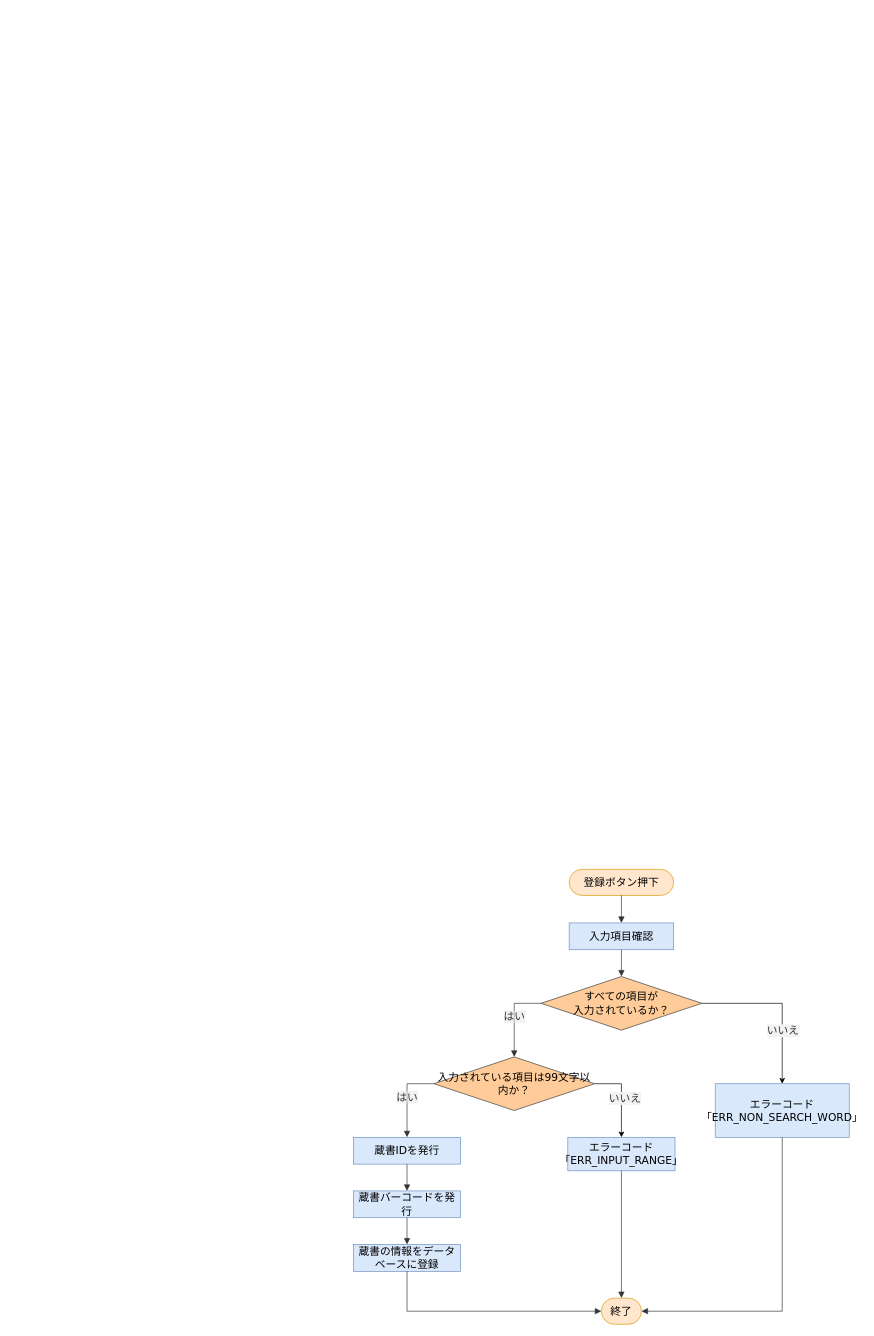
This is 詳細設計書/7班/flowchart/蔵書登録.drawio from rs002421-creator/-, a draw.io file, before an edit. Source tidied: cells renumbered, new cells numbered last; positions are measured from the earlier drawing's top-left corner, leaving out a move shared by most shapes. Both pictures are drawn from the tidied source at 67%, with x=0, y=0 at pixel (353, 869).
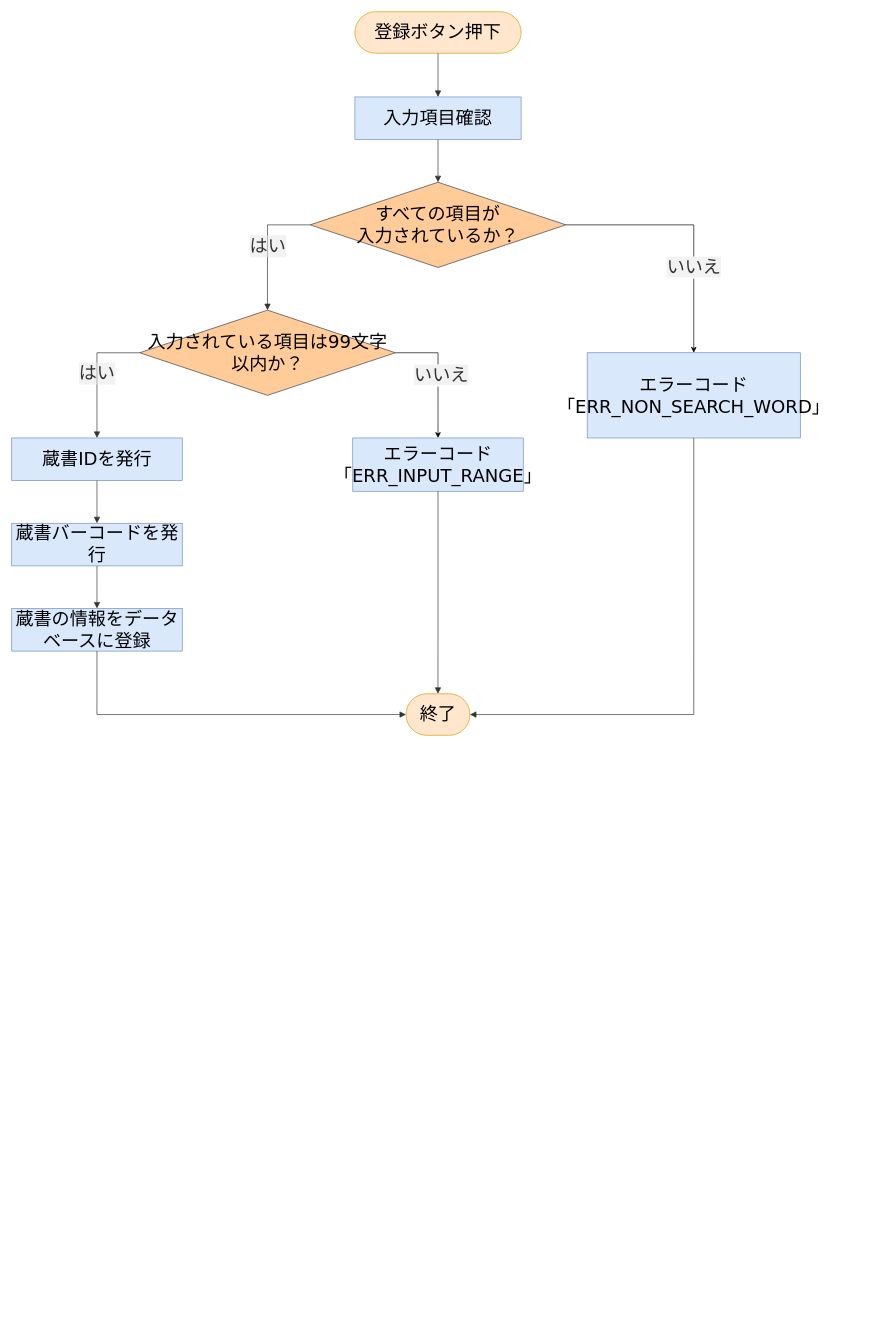
The same diagram, later.

What changed in the source:
```diff
@@
+    <mxCell id="25" style="group;fontSize=27;" parent="1" vertex="1">
+      <mxGeometry x="-510" y="-1280" width="1177" height="1080" as="geometry" />
+    </mxCell>
-    <mxCell id="2" value="登録ボタン押下" style="html=1;rounded=1;whiteSpace=wrap;arcSize=50;strokeWidth=1;fontFamily=Trebuchet MS,Verdana,Arial,sans-serif;fontSize=16;fillColor=#ffe6cc;strokeColor=#d79b00;" parent="1" vertex="1">
-      <mxGeometry x="322" width="156" height="39" as="geometry" />
+    <mxCell id="2" value="登録ボタン押下" style="html=1;rounded=1;whiteSpace=wrap;arcSize=50;strokeWidth=1;fontFamily=Trebuchet MS,Verdana,Arial,sans-serif;fontSize=27;fillColor=#ffe6cc;strokeColor=#d79b00;" parent="25" vertex="1">
+      <mxGeometry x="512.2" width="248.1" height="62" as="geometry" />
     </mxCell>
-    <mxCell id="3" value="入力項目確認" style="html=1;whiteSpace=wrap;strokeWidth=1;fillColor=#dae8fc;strokeColor=#6c8ebf;fontFamily=Trebuchet MS,Verdana,Arial,sans-serif;fontSize=16;" parent="1" vertex="1">
-      <mxGeometry x="322" y="80" width="156" height="40" as="geometry" />
+    <mxCell id="3" value="入力項目確認" style="html=1;whiteSpace=wrap;strokeWidth=1;fillColor=#dae8fc;strokeColor=#6c8ebf;fontFamily=Trebuchet MS,Verdana,Arial,sans-serif;fontSize=27;" parent="25" vertex="1">
+      <mxGeometry x="512.2" y="127.2" width="248.1" height="63.6" as="geometry" />
     </mxCell>
-    <mxCell id="4" style="edgeStyle=orthogonalEdgeStyle;rounded=0;jettySize=auto;html=1;entryX=0.5;entryY=0;entryDx=0;entryDy=0;" parent="1" edge="1" source="6" target="10">
+    <mxCell id="4" style="edgeStyle=orthogonalEdgeStyle;rounded=0;jettySize=auto;html=1;entryX=0.5;entryY=0;entryDx=0;entryDy=0;fontSize=27;" parent="25" edge="1" source="6" target="10">
       <mxGeometry relative="1" as="geometry" />
     </mxCell>
-    <mxCell id="5" value="&lt;font color=&quot;#333333&quot; face=&quot;Trebuchet MS, Verdana, Arial, sans-serif&quot;&gt;&lt;span style=&quot;font-size: 16px; background-color: rgba(232, 232, 232, 0.553);&quot;&gt;いいえ&lt;/span&gt;&lt;/font&gt;" style="edgeLabel;html=1;align=center;verticalAlign=middle;" parent="4" vertex="1">
+    <mxCell id="5" value="&lt;font face=&quot;Trebuchet MS, Verdana, Arial, sans-serif&quot; color=&quot;#333333&quot;&gt;&lt;span style=&quot;background-color: rgba(232, 232, 232, 0.553);&quot;&gt;いいえ&lt;/span&gt;&lt;/font&gt;" style="edgeLabel;html=1;align=center;verticalAlign=middle;fontSize=27;" parent="4" vertex="1">
       <mxGeometry x="0.33" relative="1" as="geometry" />
     </mxCell>
-    <mxCell id="6" value="すべての項目が&lt;br&gt;入力されているか？" style="rhombus;html=1;strokeWidth=1;whiteSpace=wrap;fillColor=#ffcc99;strokeColor=#36393d;fontFamily=Trebuchet MS,Verdana,Arial,sans-serif;fontSize=16;" parent="1" vertex="1">
-      <mxGeometry x="280" y="160" width="240" height="80" as="geometry" />
+    <mxCell id="6" value="すべての項目が&lt;br&gt;入力されているか？" style="rhombus;html=1;strokeWidth=1;whiteSpace=wrap;fillColor=#ffcc99;strokeColor=#36393d;fontFamily=Trebuchet MS,Verdana,Arial,sans-serif;fontSize=27;" parent="25" vertex="1">
+      <mxGeometry x="445.4" y="254.5" width="381.7" height="127.2" as="geometry" />
     </mxCell>
-    <mxCell id="7" style="edgeStyle=orthogonalEdgeStyle;rounded=0;jettySize=auto;html=1;entryX=0.5;entryY=0;entryDx=0;entryDy=0;exitX=1;exitY=0.5;exitDx=0;exitDy=0;" parent="1" edge="1" source="9" target="12">
+    <mxCell id="7" style="edgeStyle=orthogonalEdgeStyle;rounded=0;jettySize=auto;html=1;entryX=0.5;entryY=0;entryDx=0;entryDy=0;exitX=1;exitY=0.5;exitDx=0;exitDy=0;fontSize=27;" parent="25" edge="1" source="9" target="12">
       <mxGeometry relative="1" as="geometry" />
     </mxCell>
-    <mxCell id="8" value="&lt;font color=&quot;#333333&quot; face=&quot;Trebuchet MS, Verdana, Arial, sans-serif&quot;&gt;&lt;span style=&quot;font-size: 16px; background-color: rgba(232, 232, 232, 0.553);&quot;&gt;いいえ&lt;/span&gt;&lt;/font&gt;" style="edgeLabel;html=1;align=center;verticalAlign=middle;" parent="7" vertex="1">
+    <mxCell id="8" value="&lt;font face=&quot;Trebuchet MS, Verdana, Arial, sans-serif&quot; color=&quot;#333333&quot;&gt;&lt;span style=&quot;background-color: rgba(232, 232, 232, 0.553);&quot;&gt;いいえ&lt;/span&gt;&lt;/font&gt;" style="edgeLabel;html=1;align=center;verticalAlign=middle;fontSize=27;" parent="7" vertex="1">
       <mxGeometry x="0.02" y="4" relative="1" as="geometry" />
     </mxCell>
-    <mxCell id="9" value="入力されている項目は99文字以内か？" style="rhombus;html=1;strokeWidth=1;whiteSpace=wrap;fillColor=#ffcc99;strokeColor=#36393d;fontFamily=Trebuchet MS,Verdana,Arial,sans-serif;fontSize=16;" parent="1" vertex="1">
-      <mxGeometry x="120" y="280" width="240" height="80" as="geometry" />
+    <mxCell id="9" value="入力されている項目は99文字以内か？" style="rhombus;html=1;strokeWidth=1;whiteSpace=wrap;fillColor=#ffcc99;strokeColor=#36393d;fontFamily=Trebuchet MS,Verdana,Arial,sans-serif;fontSize=27;" parent="25" vertex="1">
+      <mxGeometry x="190.9" y="445.4" width="381.7" height="127.2" as="geometry" />
     </mxCell>
-    <mxCell id="10" value="エラーコード「ERR_NON_SEARCH_WORD」" style="html=1;whiteSpace=wrap;strokeWidth=1;fillColor=#dae8fc;strokeColor=#6c8ebf;fontFamily=Trebuchet MS,Verdana,Arial,sans-serif;fontSize=16;" parent="1" vertex="1">
-      <mxGeometry x="540" y="320" width="200" height="80" as="geometry" />
+    <mxCell id="10" value="エラーコード「ERR_NON_SEARCH_WORD」" style="html=1;whiteSpace=wrap;strokeWidth=1;fillColor=#dae8fc;strokeColor=#6c8ebf;fontFamily=Trebuchet MS,Verdana,Arial,sans-serif;fontSize=27;" parent="25" vertex="1">
+      <mxGeometry x="858.9" y="509" width="318.1" height="127.2" as="geometry" />
     </mxCell>
-    <mxCell id="11" value="蔵書IDを発行" style="html=1;whiteSpace=wrap;strokeWidth=1;fillColor=#dae8fc;strokeColor=#6c8ebf;fontFamily=Trebuchet MS,Verdana,Arial,sans-serif;fontSize=16;" parent="1" vertex="1">
-      <mxGeometry y="400" width="160" height="40" as="geometry" />
+    <mxCell id="11" value="蔵書IDを発行" style="html=1;whiteSpace=wrap;strokeWidth=1;fillColor=#dae8fc;strokeColor=#6c8ebf;fontFamily=Trebuchet MS,Verdana,Arial,sans-serif;fontSize=27;" parent="25" vertex="1">
+      <mxGeometry y="636.2" width="254.5" height="63.6" as="geometry" />
     </mxCell>
-    <mxCell id="12" value="エラーコード「ERR_INPUT_RANGE」" style="html=1;whiteSpace=wrap;strokeWidth=1;fillColor=#dae8fc;strokeColor=#6c8ebf;fontFamily=Trebuchet MS,Verdana,Arial,sans-serif;fontSize=16;" parent="1" vertex="1">
-      <mxGeometry x="320" y="400" width="160" height="50" as="geometry" />
+    <mxCell id="12" value="エラーコード「ERR_INPUT_RANGE」" style="html=1;whiteSpace=wrap;strokeWidth=1;fillColor=#dae8fc;strokeColor=#6c8ebf;fontFamily=Trebuchet MS,Verdana,Arial,sans-serif;fontSize=27;" parent="25" vertex="1">
+      <mxGeometry x="509" y="636.2" width="254.5" height="79.5" as="geometry" />
     </mxCell>
-    <mxCell id="13" value="蔵書バーコードを発行" style="html=1;whiteSpace=wrap;strokeWidth=1;fillColor=#dae8fc;strokeColor=#6c8ebf;fontFamily=Trebuchet MS,Verdana,Arial,sans-serif;fontSize=16;" parent="1" vertex="1">
-      <mxGeometry y="480" width="160" height="40" as="geometry" />
+    <mxCell id="13" value="蔵書バーコードを発行" style="html=1;whiteSpace=wrap;strokeWidth=1;fillColor=#dae8fc;strokeColor=#6c8ebf;fontFamily=Trebuchet MS,Verdana,Arial,sans-serif;fontSize=27;" parent="25" vertex="1">
+      <mxGeometry y="763.5" width="254.5" height="63.6" as="geometry" />
     </mxCell>
-    <mxCell id="14" value="蔵書の情報をデータベースに登録" style="html=1;whiteSpace=wrap;strokeWidth=1;fillColor=#dae8fc;strokeColor=#6c8ebf;fontFamily=Trebuchet MS,Verdana,Arial,sans-serif;fontSize=16;" parent="1" vertex="1">
-      <mxGeometry y="560" width="160" height="40" as="geometry" />
+    <mxCell id="14" value="蔵書の情報をデータベースに登録" style="html=1;whiteSpace=wrap;strokeWidth=1;fillColor=#dae8fc;strokeColor=#6c8ebf;fontFamily=Trebuchet MS,Verdana,Arial,sans-serif;fontSize=27;" parent="25" vertex="1">
+      <mxGeometry y="890.7" width="254.5" height="63.6" as="geometry" />
     </mxCell>
-    <mxCell id="15" value="終了" style="html=1;rounded=1;whiteSpace=wrap;arcSize=50;strokeWidth=1;fontFamily=Trebuchet MS,Verdana,Arial,sans-serif;fontSize=16;fillColor=#ffe6cc;strokeColor=#d79b00;" parent="1" vertex="1">
-      <mxGeometry x="370" y="640" width="60" height="39" as="geometry" />
+    <mxCell id="15" value="終了" style="html=1;rounded=1;whiteSpace=wrap;arcSize=50;strokeWidth=1;fontFamily=Trebuchet MS,Verdana,Arial,sans-serif;fontSize=27;fillColor=#ffe6cc;strokeColor=#d79b00;" parent="25" vertex="1">
+      <mxGeometry x="588.5" y="1018" width="95.4" height="62" as="geometry" />
     </mxCell>
-    <mxCell id="16" style="curved=1;startArrow=none;endArrow=block;endSize=7;strokeColor=light-dark(#333333,#cccccc);exitX=0.5;exitY=1;entryX=0.5;entryY=0;rounded=0;" parent="1" edge="1" source="2" target="3">
+    <mxCell id="16" style="curved=1;startArrow=none;endArrow=block;endSize=7;strokeColor=light-dark(#333333,#cccccc);exitX=0.5;exitY=1;entryX=0.5;entryY=0;rounded=0;fontSize=27;" parent="25" edge="1" source="2" target="3">
       <mxGeometry relative="1" as="geometry" />
     </mxCell>
-    <mxCell id="17" style="curved=1;startArrow=none;endArrow=block;endSize=7;strokeColor=light-dark(#333333,#cccccc);exitX=0.5;exitY=1;entryX=0.5;entryY=0;rounded=0;" parent="1" edge="1" source="3" target="6">
+    <mxCell id="17" style="curved=1;startArrow=none;endArrow=block;endSize=7;strokeColor=light-dark(#333333,#cccccc);exitX=0.5;exitY=1;entryX=0.5;entryY=0;rounded=0;fontSize=27;" parent="25" edge="1" source="3" target="6">
       <mxGeometry relative="1" as="geometry" />
     </mxCell>
-    <mxCell id="18" value="はい" style="curved=0;startArrow=none;endArrow=block;endSize=7;strokeColor=light-dark(#333333,#cccccc);html=1;fontSize=16;labelBackgroundColor=light-dark(#E8E8E88D,#2a2a2a8D);fontFamily=Trebuchet MS,Verdana,Arial,sans-serif;fontColor=light-dark(#333333,#cccccc);exitX=0;exitY=0.5;entryX=0.5;entryY=0;rounded=0;exitDx=0;exitDy=0;" parent="1" edge="1" source="6" target="9">
+    <mxCell id="18" value="はい" style="curved=0;startArrow=none;endArrow=block;endSize=7;strokeColor=light-dark(#333333,#cccccc);html=1;fontSize=27;labelBackgroundColor=light-dark(#E8E8E88D,#2a2a2a8D);fontFamily=Trebuchet MS,Verdana,Arial,sans-serif;fontColor=light-dark(#333333,#cccccc);exitX=0;exitY=0.5;entryX=0.5;entryY=0;rounded=0;exitDx=0;exitDy=0;" parent="25" edge="1" source="6" target="9">
       <mxGeometry relative="1" as="geometry">
         <Array as="points">
-          <mxPoint x="240" y="200" />
+          <mxPoint x="381.7" y="318.1" />
         </Array>
       </mxGeometry>
     </mxCell>
-    <mxCell id="19" value="はい" style="curved=0;startArrow=none;endArrow=block;endSize=7;strokeColor=light-dark(#333333,#cccccc);html=1;fontSize=16;labelBackgroundColor=light-dark(#E8E8E88D,#2a2a2a8D);fontFamily=Trebuchet MS,Verdana,Arial,sans-serif;fontColor=light-dark(#333333,#cccccc);exitX=0;exitY=0.5;entryX=0.5;entryY=0;rounded=0;exitDx=0;exitDy=0;" parent="1" edge="1" source="9" target="11">
+    <mxCell id="19" value="はい" style="curved=0;startArrow=none;endArrow=block;endSize=7;strokeColor=light-dark(#333333,#cccccc);html=1;fontSize=27;labelBackgroundColor=light-dark(#E8E8E88D,#2a2a2a8D);fontFamily=Trebuchet MS,Verdana,Arial,sans-serif;fontColor=light-dark(#333333,#cccccc);exitX=0;exitY=0.5;entryX=0.5;entryY=0;rounded=0;exitDx=0;exitDy=0;" parent="25" edge="1" source="9" target="11">
       <mxGeometry relative="1" as="geometry">
         <Array as="points">
-          <mxPoint x="80" y="320" />
+          <mxPoint x="127.2" y="509" />
         </Array>
       </mxGeometry>
     </mxCell>
-    <mxCell id="20" style="curved=1;startArrow=none;endArrow=block;endSize=7;strokeColor=light-dark(#333333,#cccccc);exitX=0.5;exitY=1;entryX=0.5;entryY=0;rounded=0;" parent="1" edge="1" source="11" target="13">
+    <mxCell id="20" style="curved=1;startArrow=none;endArrow=block;endSize=7;strokeColor=light-dark(#333333,#cccccc);exitX=0.5;exitY=1;entryX=0.5;entryY=0;rounded=0;fontSize=27;" parent="25" edge="1" source="11" target="13">
       <mxGeometry relative="1" as="geometry" />
     </mxCell>
-    <mxCell id="21" style="curved=1;startArrow=none;endArrow=block;endSize=7;strokeColor=light-dark(#333333,#cccccc);exitX=0.5;exitY=1;entryX=0.5;entryY=0;rounded=0;" parent="1" edge="1" source="13" target="14">
+    <mxCell id="21" style="curved=1;startArrow=none;endArrow=block;endSize=7;strokeColor=light-dark(#333333,#cccccc);exitX=0.5;exitY=1;entryX=0.5;entryY=0;rounded=0;fontSize=27;" parent="25" edge="1" source="13" target="14">
       <mxGeometry relative="1" as="geometry" />
     </mxCell>
-    <mxCell id="22" style="curved=0;startArrow=none;endArrow=block;endSize=7;strokeColor=light-dark(#333333,#cccccc);exitX=0.5;exitY=1;entryX=0;entryY=0.5;rounded=0;entryDx=0;entryDy=0;" parent="1" edge="1" source="14" target="15">
+    <mxCell id="22" style="curved=0;startArrow=none;endArrow=block;endSize=7;strokeColor=light-dark(#333333,#cccccc);exitX=0.5;exitY=1;entryX=0;entryY=0.5;rounded=0;entryDx=0;entryDy=0;fontSize=27;" parent="25" edge="1" source="14" target="15">
       <mxGeometry relative="1" as="geometry">
         <Array as="points">
-          <mxPoint x="80" y="659.5" />
+          <mxPoint x="127.2" y="1049" />
         </Array>
       </mxGeometry>
     </mxCell>
-    <mxCell id="23" style="curved=0;startArrow=none;endArrow=block;endSize=7;strokeColor=light-dark(#333333,#cccccc);exitX=0.5;exitY=1;entryX=1;entryY=0.5;rounded=0;entryDx=0;entryDy=0;" parent="1" edge="1" source="10" target="15">
+    <mxCell id="23" style="curved=0;startArrow=none;endArrow=block;endSize=7;strokeColor=light-dark(#333333,#cccccc);exitX=0.5;exitY=1;entryX=1;entryY=0.5;rounded=0;entryDx=0;entryDy=0;fontSize=27;" parent="25" edge="1" source="10" target="15">
       <mxGeometry relative="1" as="geometry">
         <Array as="points">
-          <mxPoint x="640" y="659.5" />
+          <mxPoint x="1018" y="1049" />
         </Array>
       </mxGeometry>
     </mxCell>
-    <mxCell id="24" style="curved=1;startArrow=none;endArrow=block;endSize=7;strokeColor=light-dark(#333333,#cccccc);exitX=0.5;exitY=1;entryX=0.5;entryY=0;rounded=0;" parent="1" edge="1" source="12" target="15">
+    <mxCell id="24" style="curved=1;startArrow=none;endArrow=block;endSize=7;strokeColor=light-dark(#333333,#cccccc);exitX=0.5;exitY=1;entryX=0.5;entryY=0;rounded=0;fontSize=27;" parent="25" edge="1" source="12" target="15">
       <mxGeometry relative="1" as="geometry" />
     </mxCell>
```
